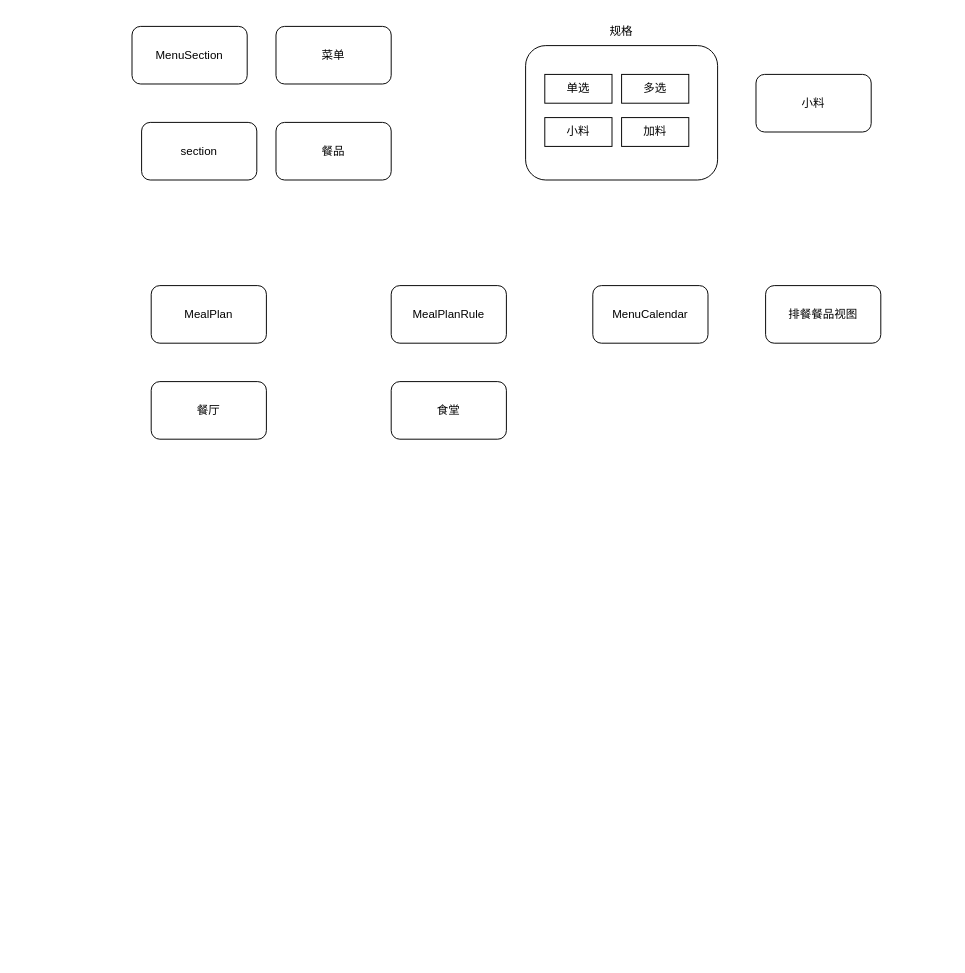
Above: read_more_write_less/cafeteria.drawio in llxxgg/high_concurrency_system (draw.io), before the change. Source tidied: cells renumbered, new cells numbered last; positions are measured from the earlier drawing's top-left corner, leaving out a move shared by most shapes. Both pictures are drawn from the tidied source at 96%, with x=0, y=0 at pixel (132, 16).
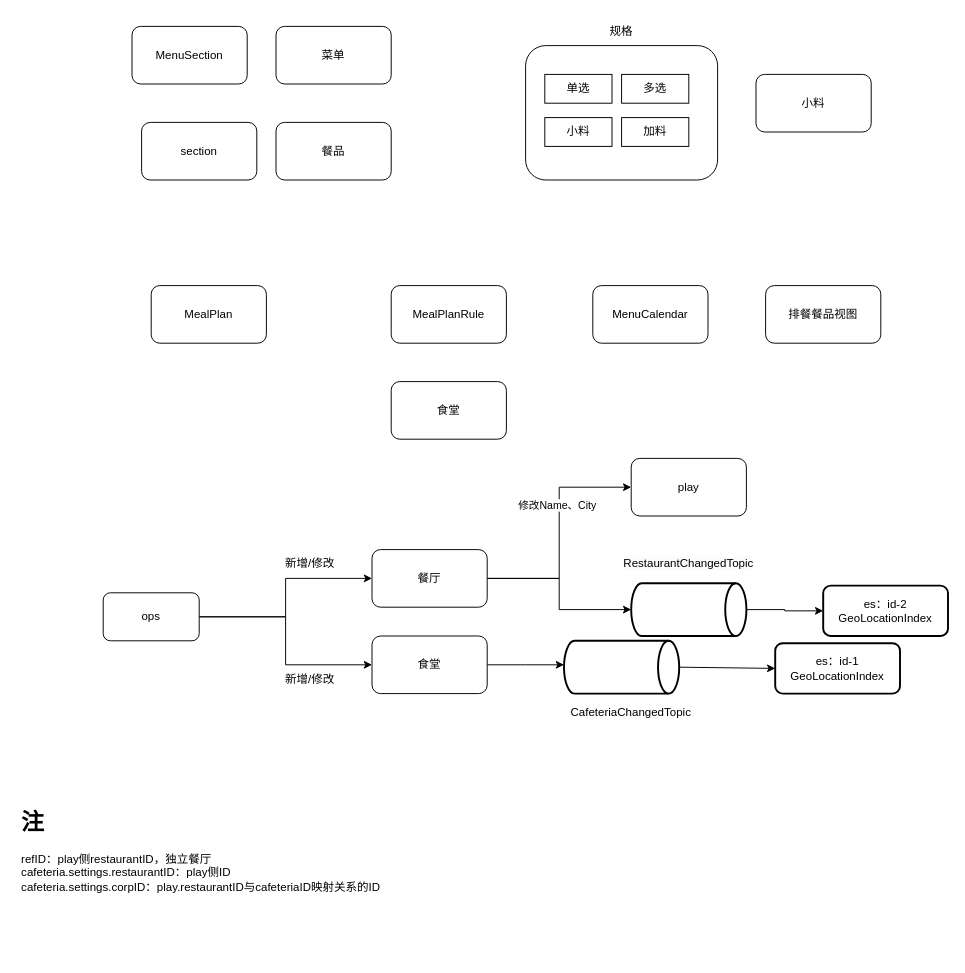
The same diagram, later.

Diff of the diagram source:
```diff
@@
+    <mxCell id="19" style="edgeStyle=orthogonalEdgeStyle;rounded=0;jettySize=auto;html=1;entryX=0;entryY=0.5;entryDx=0;entryDy=0;entryPerimeter=0;" parent="1" edge="1" source="15" target="30">
+      <mxGeometry relative="1" as="geometry" />
+    </mxCell>
+    <mxCell id="20" style="edgeStyle=orthogonalEdgeStyle;rounded=0;jettySize=auto;html=1;entryX=0;entryY=0.5;entryDx=0;entryDy=0;" parent="1" edge="1" source="15" target="32">
+      <mxGeometry relative="1" as="geometry" />
+    </mxCell>
+    <mxCell id="21" value="修改Name、City" style="edgeLabel;html=1;align=center;verticalAlign=middle;" parent="20" vertex="1">
+      <mxGeometry x="0.24" y="3" relative="1" as="geometry" />
+    </mxCell>
     <mxCell id="15" value="餐厅" style="rounded=1;whiteSpace=wrap;html=1;" parent="1" vertex="1">
-      <mxGeometry x="20" y="380" width="120" height="60" as="geometry" />
+      <mxGeometry x="250" y="555" width="120" height="60" as="geometry" />
     </mxCell>
@@
+    <mxCell id="22" style="edgeStyle=orthogonalEdgeStyle;rounded=0;jettySize=auto;html=1;" parent="1" edge="1" source="24" target="15">
+      <mxGeometry relative="1" as="geometry" />
+    </mxCell>
+    <mxCell id="23" style="edgeStyle=orthogonalEdgeStyle;rounded=0;jettySize=auto;html=1;entryX=0;entryY=0.5;entryDx=0;entryDy=0;exitX=1;exitY=0.5;exitDx=0;exitDy=0;" parent="1" edge="1" source="24" target="27">
+      <mxGeometry relative="1" as="geometry" />
+    </mxCell>
+    <mxCell id="24" value="ops" style="rounded=1;whiteSpace=wrap;html=1;" parent="1" vertex="1">
+      <mxGeometry x="-30" y="600" width="100" height="50" as="geometry" />
+    </mxCell>
+    <mxCell id="25" value="新增/修改" style="text;html=1;align=center;verticalAlign=middle;strokeColor=none;fillColor=none;" parent="1" vertex="1">
+      <mxGeometry x="150" y="555" width="70" height="30" as="geometry" />
+    </mxCell>
+    <mxCell id="26" style="edgeStyle=orthogonalEdgeStyle;rounded=0;jettySize=auto;html=1;" parent="1" edge="1" source="27">
+      <mxGeometry relative="1" as="geometry">
+        <mxPoint x="450" y="675" as="targetPoint" />
+      </mxGeometry>
+    </mxCell>
+    <mxCell id="27" value="食堂" style="rounded=1;whiteSpace=wrap;html=1;" parent="1" vertex="1">
+      <mxGeometry x="250" y="645" width="120" height="60" as="geometry" />
+    </mxCell>
+    <mxCell id="28" value="&lt;h1&gt;注&lt;/h1&gt;&lt;p&gt;refID：play侧restaurantID，独立餐厅&lt;br&gt;cafeteria.settings.restaurantID：play侧ID&lt;br&gt;cafeteria.settings.corpID：play.restaurantID与cafeteriaID映射关系的ID&lt;/p&gt;" style="text;html=1;strokeColor=none;fillColor=none;spacing=5;spacingTop=-20;whiteSpace=wrap;overflow=hidden;rounded=0;" parent="1" vertex="1">
+      <mxGeometry x="-120" y="820" width="430" height="160" as="geometry" />
+    </mxCell>
+    <mxCell id="29" style="edgeStyle=orthogonalEdgeStyle;rounded=0;jettySize=auto;html=1;" parent="1" edge="1" source="30" target="34">
+      <mxGeometry relative="1" as="geometry" />
+    </mxCell>
+    <mxCell id="30" style="strokeWidth=2;html=1;shape=mxgraph.flowchart.direct_data;whiteSpace=wrap;" parent="1" vertex="1">
+      <mxGeometry x="520" y="590" width="120" height="55" as="geometry" />
+    </mxCell>
+    <mxCell id="31" value="&lt;span style=&quot;color: rgb(0, 0, 0); font-family: Helvetica; font-size: 12px; font-style: normal; font-variant-ligatures: normal; font-variant-caps: normal; font-weight: 400; letter-spacing: normal; orphans: 2; text-align: center; text-indent: 0px; text-transform: none; widows: 2; word-spacing: 0px; -webkit-text-stroke-width: 0px; background-color: rgb(251, 251, 251); text-decoration-thickness: initial; text-decoration-style: initial; text-decoration-color: initial; float: none; display: inline !important;&quot;&gt;RestaurantChangedTopic&lt;/span&gt;" style="text;html=1;strokeColor=none;fillColor=none;align=center;verticalAlign=middle;whiteSpace=wrap;rounded=0;" parent="1" vertex="1">
+      <mxGeometry x="550" y="555" width="60" height="30" as="geometry" />
+    </mxCell>
+    <mxCell id="32" value="play" style="rounded=1;whiteSpace=wrap;html=1;" parent="1" vertex="1">
+      <mxGeometry x="520" y="460" width="120" height="60" as="geometry" />
+    </mxCell>
+    <mxCell id="33" value="新增/修改" style="text;html=1;align=center;verticalAlign=middle;strokeColor=none;fillColor=none;" parent="1" vertex="1">
+      <mxGeometry x="150" y="675" width="70" height="30" as="geometry" />
+    </mxCell>
+    <mxCell id="34" value="es：id-2&lt;br&gt;GeoLocationIndex" style="rounded=1;whiteSpace=wrap;html=1;strokeWidth=2;" parent="1" vertex="1">
+      <mxGeometry x="720" y="592.5" width="130" height="52.5" as="geometry" />
+    </mxCell>
+    <mxCell id="35" style="strokeWidth=2;html=1;shape=mxgraph.flowchart.direct_data;whiteSpace=wrap;" parent="1" vertex="1">
+      <mxGeometry x="450" y="650" width="120" height="55" as="geometry" />
+    </mxCell>
+    <mxCell id="36" value="CafeteriaChangedTopic" style="text;html=1;strokeColor=none;fillColor=none;align=center;verticalAlign=middle;whiteSpace=wrap;rounded=0;" parent="1" vertex="1">
+      <mxGeometry x="490" y="710" width="60" height="30" as="geometry" />
+    </mxCell>
+    <mxCell id="37" value="es：id-1&lt;br&gt;GeoLocationIndex" style="rounded=1;whiteSpace=wrap;html=1;strokeWidth=2;" parent="1" vertex="1">
+      <mxGeometry x="670" y="652.5" width="130" height="52.5" as="geometry" />
+    </mxCell>
+    <mxCell id="38" style="endArrow=classic;html=1;rounded=0;entryX=0;entryY=0.5;entryDx=0;entryDy=0;exitX=1;exitY=0.5;exitDx=0;exitDy=0;exitPerimeter=0;" parent="1" edge="1" source="35" target="37">
+      <mxGeometry relative="1" as="geometry" />
+    </mxCell>
```
